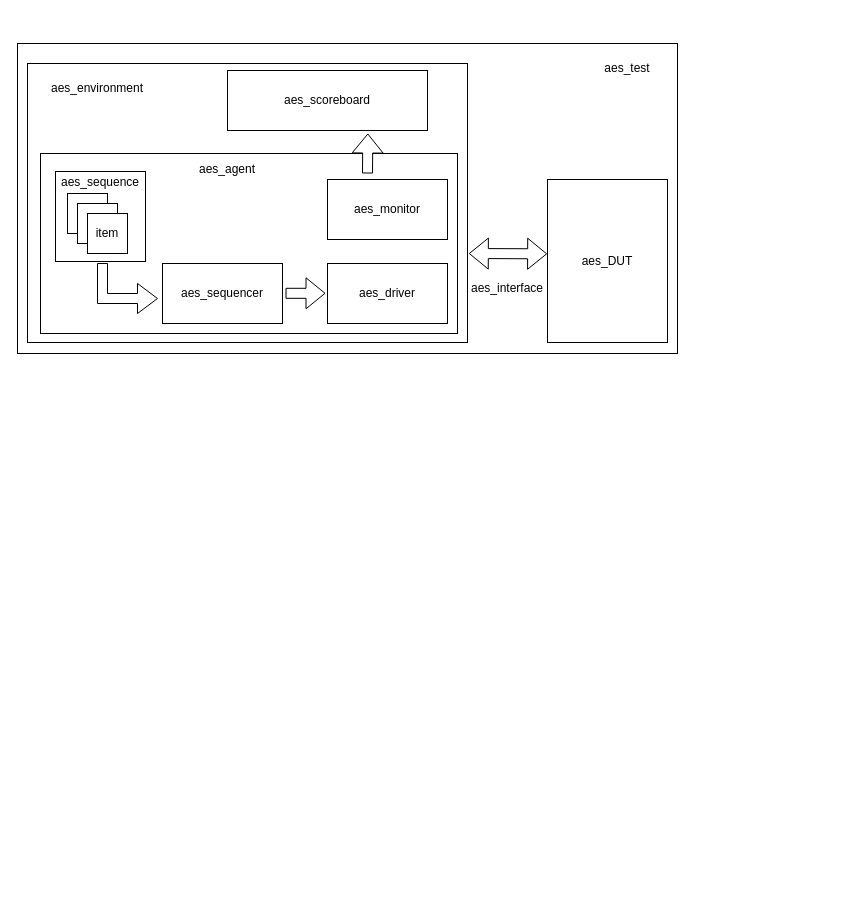
The draw.io diagram page "verification environment" (2 of 7) of Image/doan.drawio in toanpm1011/Do_an_tot_nghiep, before the edit. Source tidied: cells renumbered, new cells numbered last; positions are measured from the earlier drawing's top-left corner, leaving out a move shared by most shapes. Both pictures are drawn from the tidied source at 100%, with x=0, y=0 at pixel (17, 43).
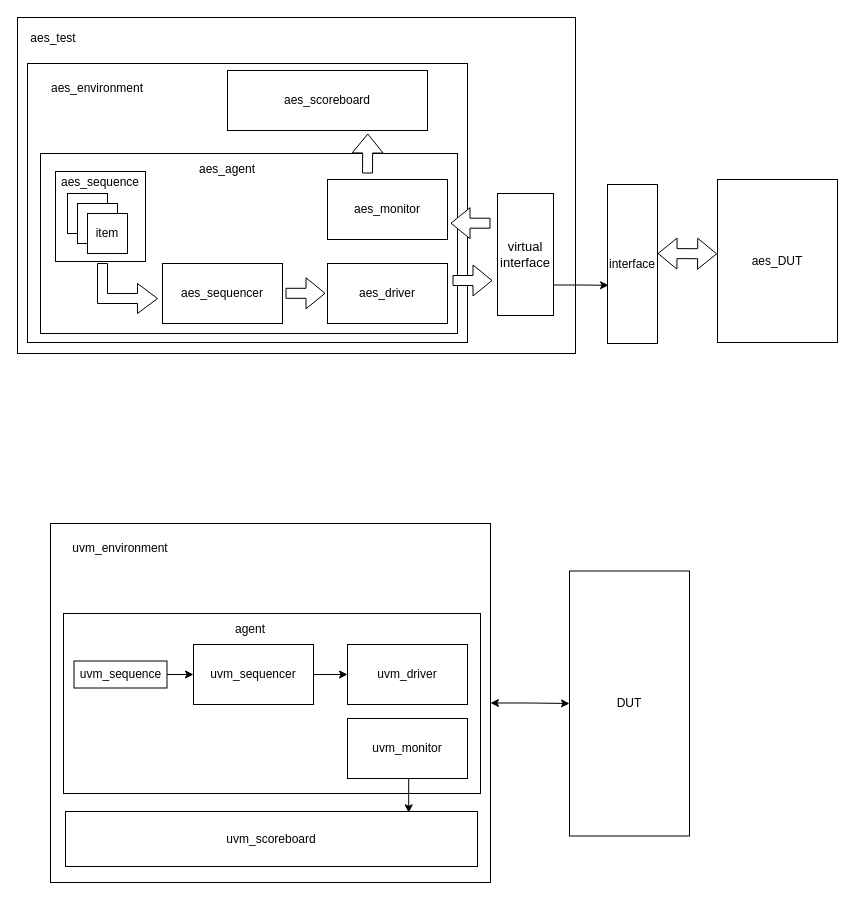
Above is the later version.

Unchanged cells that the change refers to:
```xml
<mxCell id="3" style="rounded=0;whiteSpace=wrap;html=1;" parent="1" vertex="1">
  <mxGeometry x="10" y="20" width="440" height="279" as="geometry" />
</mxCell>
```

What changed in the source:
```diff
@@
     <mxCell id="2" style="rounded=0;whiteSpace=wrap;html=1;" parent="1" vertex="1">
-      <mxGeometry width="660" height="310" as="geometry" />
+      <mxGeometry y="-26" width="558" height="336" as="geometry" />
     </mxCell>
@@
     <mxCell id="4" value="aes_DUT" style="rounded=0;whiteSpace=wrap;html=1;" parent="1" vertex="1">
-      <mxGeometry x="530" y="136" width="120" height="163" as="geometry" />
+      <mxGeometry x="700" y="136" width="120" height="163" as="geometry" />
     </mxCell>
@@
-    <mxCell id="29" style="shape=flexArrow;endArrow=classic;startArrow=classic;html=1;rounded=0;exitX=1.003;exitY=0.681;exitDx=0;exitDy=0;exitPerimeter=0;entryX=-0.003;entryY=0.456;entryDx=0;entryDy=0;entryPerimeter=0;" parent="1" edge="1" source="3" target="4">
-      <mxGeometry relative="1" as="geometry" />
+    <mxCell id="29" style="shape=flexArrow;endArrow=classic;startArrow=classic;html=1;rounded=0;entryX=-0.003;entryY=0.456;entryDx=0;entryDy=0;entryPerimeter=0;" parent="1" edge="1" target="4">
+      <mxGeometry relative="1" as="geometry">
+        <mxPoint x="640" y="210" as="sourcePoint" />
+      </mxGeometry>
     </mxCell>
-    <mxCell id="30" value="aes_interface" style="text;html=1;strokeColor=none;fillColor=none;align=center;verticalAlign=middle;whiteSpace=wrap;rounded=0;" parent="1" vertex="1">
-      <mxGeometry x="460" y="230" width="60" height="30" as="geometry" />
-    </mxCell>
     <mxCell id="31" value="aes_test" style="text;html=1;strokeColor=none;fillColor=none;align=center;verticalAlign=middle;whiteSpace=wrap;rounded=0;" parent="1" vertex="1">
-      <mxGeometry x="580" y="10" width="60" height="30" as="geometry" />
+      <mxGeometry x="6" y="-20" width="60" height="30" as="geometry" />
     </mxCell>
+    <mxCell id="32" style="edgeStyle=orthogonalEdgeStyle;rounded=0;jettySize=auto;html=1;exitX=1;exitY=0.5;exitDx=0;exitDy=0;entryX=0;entryY=0.5;entryDx=0;entryDy=0;startArrow=classic;startFill=1;" parent="1" edge="1" source="33" target="34">
+      <mxGeometry relative="1" as="geometry" />
+    </mxCell>
+    <mxCell id="33" style="rounded=0;whiteSpace=wrap;html=1;" parent="1" vertex="1">
+      <mxGeometry x="33" y="480" width="440" height="359" as="geometry" />
+    </mxCell>
+    <mxCell id="34" value="DUT" style="rounded=0;whiteSpace=wrap;html=1;" parent="1" vertex="1">
+      <mxGeometry x="552" y="527.5" width="120" height="265" as="geometry" />
+    </mxCell>
+    <mxCell id="35" value="uvm_scoreboard" style="rounded=0;whiteSpace=wrap;html=1;" parent="1" vertex="1">
+      <mxGeometry x="48" y="768" width="412" height="55" as="geometry" />
+    </mxCell>
+    <mxCell id="36" style="rounded=0;whiteSpace=wrap;html=1;" parent="1" vertex="1">
+      <mxGeometry x="46" y="570" width="417" height="180" as="geometry" />
+    </mxCell>
+    <mxCell id="37" value="uvm_driver" style="rounded=0;whiteSpace=wrap;html=1;" parent="1" vertex="1">
+      <mxGeometry x="330" y="601" width="120" height="60" as="geometry" />
+    </mxCell>
+    <mxCell id="38" value="uvm_monitor" style="rounded=0;whiteSpace=wrap;html=1;" parent="1" vertex="1">
+      <mxGeometry x="330" y="675" width="120" height="60" as="geometry" />
+    </mxCell>
+    <mxCell id="39" style="edgeStyle=orthogonalEdgeStyle;rounded=0;jettySize=auto;html=1;exitX=1;exitY=0.5;exitDx=0;exitDy=0;entryX=0;entryY=0.5;entryDx=0;entryDy=0;" parent="1" edge="1" source="40" target="37">
+      <mxGeometry relative="1" as="geometry" />
+    </mxCell>
+    <mxCell id="40" value="uvm_sequencer" style="rounded=0;whiteSpace=wrap;html=1;" parent="1" vertex="1">
+      <mxGeometry x="176" y="601" width="120" height="60" as="geometry" />
+    </mxCell>
+    <mxCell id="41" style="edgeStyle=orthogonalEdgeStyle;rounded=0;jettySize=auto;html=1;exitX=1;exitY=0.5;exitDx=0;exitDy=0;entryX=0;entryY=0.5;entryDx=0;entryDy=0;" parent="1" edge="1" source="42" target="40">
+      <mxGeometry relative="1" as="geometry" />
+    </mxCell>
+    <mxCell id="42" value="uvm_sequence" style="rounded=0;whiteSpace=wrap;html=1;align=center;" parent="1" vertex="1">
+      <mxGeometry x="56.5" y="617.5" width="93" height="27" as="geometry" />
+    </mxCell>
+    <mxCell id="43" value="uvm_environment" style="text;html=1;strokeColor=none;fillColor=none;align=center;verticalAlign=middle;whiteSpace=wrap;rounded=0;" parent="1" vertex="1">
+      <mxGeometry x="73" y="490" width="60" height="30" as="geometry" />
+    </mxCell>
+    <mxCell id="44" value="agent" style="text;html=1;strokeColor=none;fillColor=none;align=center;verticalAlign=middle;whiteSpace=wrap;rounded=0;" parent="1" vertex="1">
+      <mxGeometry x="203" y="571" width="60" height="30" as="geometry" />
+    </mxCell>
+    <mxCell id="45" style="edgeStyle=orthogonalEdgeStyle;rounded=0;jettySize=auto;html=1;exitX=0.5;exitY=1;exitDx=0;exitDy=0;entryX=0.833;entryY=0.024;entryDx=0;entryDy=0;entryPerimeter=0;" parent="1" edge="1" source="38" target="35">
+      <mxGeometry relative="1" as="geometry" />
+    </mxCell>
+    <mxCell id="46" value="virtual&lt;br style=&quot;font-size: 13px;&quot;&gt;interface" style="rounded=0;whiteSpace=wrap;horizontal=1;flipV=0;direction=west;spacingTop=0;html=1;fontSize=13;align=center;" parent="1" vertex="1">
+      <mxGeometry x="480" y="150" width="56" height="122" as="geometry" />
+    </mxCell>
+    <mxCell id="47" style="shape=flexArrow;endArrow=classic;html=1;rounded=0;fillColor=default;" parent="1" edge="1">
+      <mxGeometry relative="1" as="geometry">
+        <mxPoint x="435" y="237" as="sourcePoint" />
+        <mxPoint x="475" y="237" as="targetPoint" />
+      </mxGeometry>
+    </mxCell>
+    <mxCell id="48" value="interface" style="rounded=0;whiteSpace=wrap;html=1;" parent="1" vertex="1">
+      <mxGeometry x="590" y="141" width="50" height="159" as="geometry" />
+    </mxCell>
+    <mxCell id="49" style="shape=flexArrow;endArrow=classic;html=1;rounded=0;fillColor=default;" parent="1" edge="1">
+      <mxGeometry relative="1" as="geometry">
+        <mxPoint x="473" y="179.7" as="sourcePoint" />
+        <mxPoint x="433" y="179.7" as="targetPoint" />
+      </mxGeometry>
+    </mxCell>
+    <mxCell id="50" style="edgeStyle=orthogonalEdgeStyle;rounded=0;jettySize=auto;html=1;exitX=0;exitY=0.25;exitDx=0;exitDy=0;entryX=0.021;entryY=0.634;entryDx=0;entryDy=0;entryPerimeter=0;" parent="1" edge="1" source="46" target="48">
+      <mxGeometry relative="1" as="geometry" />
+    </mxCell>
```
